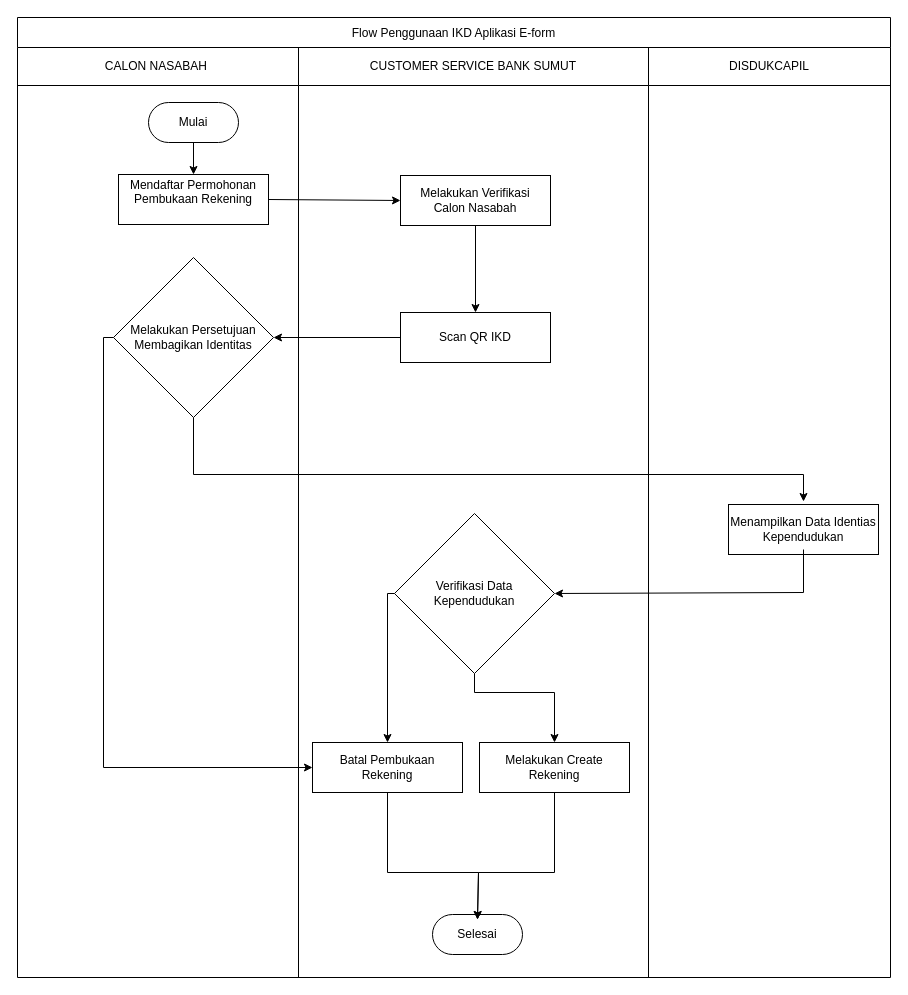
This is Diagram/ALU FLOW IKD.drawio from frandachi/appdiagrams, a draw.io file, before an edit. Source tidied: cells renumbered, new cells numbered last; positions are measured from the earlier drawing's top-left corner, leaving out a move shared by most shapes. Both pictures are drawn from the tidied source at 100%, with x=0, y=0 at pixel (17, 17).
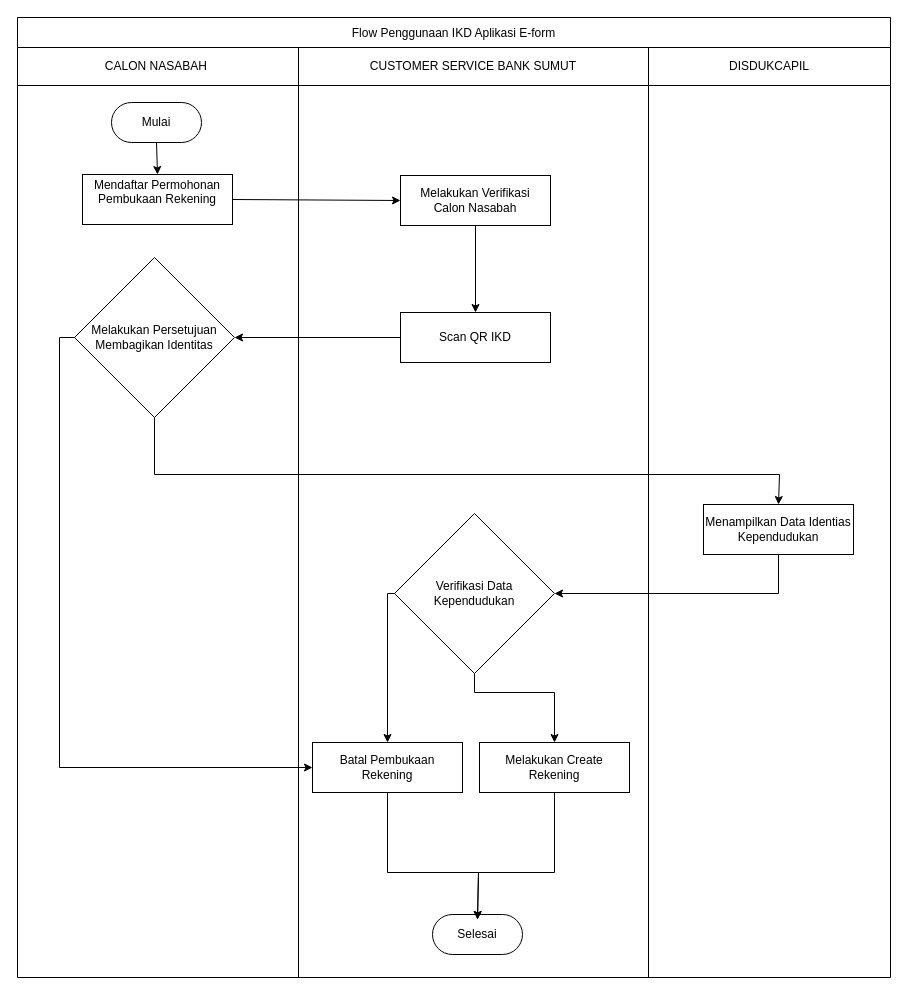
The same diagram, later.

Unchanged cells that the change refers to:
```xml
<mxCell id="17" value="Verifikasi Data Kependudukan" style="rhombus;whiteSpace=wrap;html=1;" parent="1" vertex="1">
  <mxGeometry x="377" y="496" width="160" height="160" as="geometry" />
</mxCell>
<mxCell id="27" value="Batal Pembukaan Rekening" style="rounded=0;whiteSpace=wrap;html=1;" parent="1" vertex="1">
  <mxGeometry x="295" y="725" width="150" height="50" as="geometry" />
</mxCell>
```

What changed in the source:
```diff
@@
     <mxCell id="11" value="Mulai" style="html=1;dashed=0;whiteSpace=wrap;shape=mxgraph.dfd.start;" parent="1" vertex="1">
-      <mxGeometry x="131" y="85" width="90" height="40" as="geometry" />
+      <mxGeometry x="94" y="85" width="90" height="40" as="geometry" />
     </mxCell>
     <mxCell id="12" value="Mendaftar Permohonan Pembukaan Rekening&lt;div&gt;&lt;br&gt;&lt;/div&gt;" style="rounded=0;whiteSpace=wrap;html=1;" parent="1" vertex="1">
-      <mxGeometry x="101" y="157" width="150" height="50" as="geometry" />
+      <mxGeometry x="65" y="157" width="150" height="50" as="geometry" />
     </mxCell>
@@
     <mxCell id="15" value="Melakukan Persetujuan Membagikan Identitas" style="rhombus;whiteSpace=wrap;html=1;" parent="1" vertex="1">
-      <mxGeometry x="96" y="240" width="160" height="160" as="geometry" />
+      <mxGeometry x="57" y="240" width="160" height="160" as="geometry" />
     </mxCell>
     <mxCell id="16" value="Menampilkan Data Identias Kependudukan" style="rounded=0;whiteSpace=wrap;html=1;" parent="1" vertex="1">
-      <mxGeometry x="711" y="487" width="150" height="50" as="geometry" />
+      <mxGeometry x="686" y="487" width="150" height="50" as="geometry" />
     </mxCell>
@@
-    <mxCell id="24" style="endArrow=classic;html=1;rounded=0;exitX=0.5;exitY=1;exitDx=0;exitDy=0;entryX=0.5;entryY=0;entryDx=0;entryDy=0;" parent="1" edge="1" source="15">
+    <mxCell id="24" style="endArrow=classic;html=1;rounded=0;exitX=0.5;exitY=1;exitDx=0;exitDy=0;entryX=0.5;entryY=0;entryDx=0;entryDy=0;" parent="1" edge="1" source="15" target="16">
       <mxGeometry relative="1" as="geometry">
-        <mxPoint x="786" y="484" as="targetPoint" />
         <Array as="points">
-          <mxPoint x="176" y="457" />
-          <mxPoint x="786" y="457" />
+          <mxPoint x="137" y="457" />
+          <mxPoint x="762" y="457" />
         </Array>
       </mxGeometry>
     </mxCell>
-    <mxCell id="25" style="endArrow=classic;html=1;rounded=0;exitX=0.5;exitY=1;exitDx=0;exitDy=0;entryX=1;entryY=0.5;entryDx=0;entryDy=0;" parent="1" edge="1" target="17">
+    <mxCell id="25" style="endArrow=classic;html=1;rounded=0;exitX=0.5;exitY=1;exitDx=0;exitDy=0;entryX=1;entryY=0.5;entryDx=0;entryDy=0;" parent="1" edge="1" source="16" target="17">
       <mxGeometry relative="1" as="geometry">
-        <mxPoint x="786" y="532" as="sourcePoint" />
         <Array as="points">
-          <mxPoint x="786" y="575" />
+          <mxPoint x="761" y="576" />
         </Array>
       </mxGeometry>
     </mxCell>
@@
     <mxCell id="30" style="endArrow=classic;html=1;rounded=0;exitX=0;exitY=0.5;exitDx=0;exitDy=0;entryX=0;entryY=0.5;entryDx=0;entryDy=0;" parent="1" edge="1" source="15" target="27">
       <mxGeometry relative="1" as="geometry">
         <Array as="points">
-          <mxPoint x="86" y="320" />
-          <mxPoint x="86" y="750" />
+          <mxPoint x="42" y="320" />
+          <mxPoint x="42" y="750" />
         </Array>
       </mxGeometry>
     </mxCell>
```
